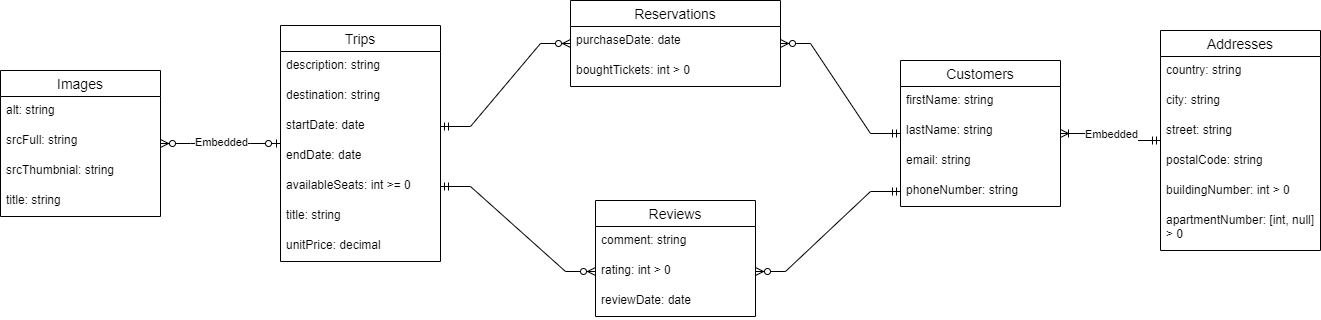
Above: diagrams/data_model.drawio.png in Strattoss/DataBaseMiniproject (draw.io), before the change. Source tidied: cells renumbered, new cells last; positions are measured from the earlier drawing's top-left corner, leaving out a move shared by most shapes.
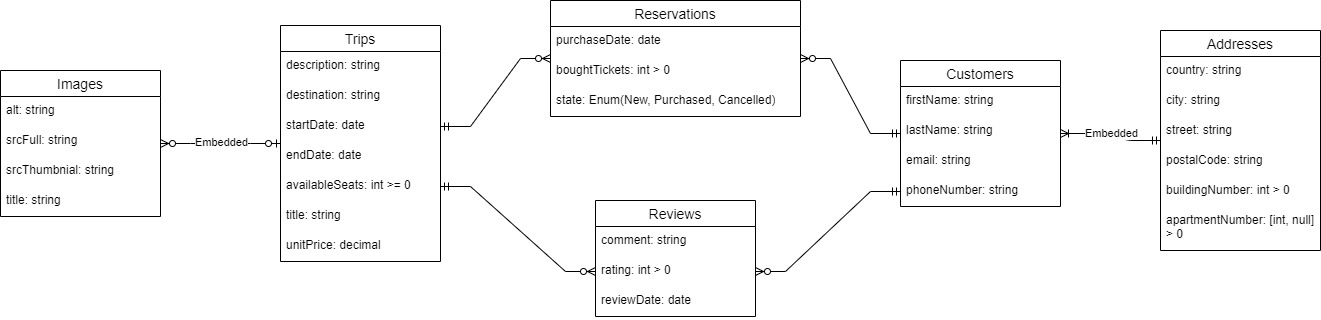
Above is the later version.

Commit message:
Data diagram - added status for reservations

Diff of the diagram source:
```diff
@@ -18,14 +18,17 @@
       <mxGeometry y="116" width="160" height="30" as="geometry" />
     </mxCell>
     <mxCell id="7" value="Reservations" style="swimlane;fontStyle=0;horizontal=1;startSize=26;align=center;fontSize=14;" parent="1" vertex="1">
-      <mxGeometry x="570" width="210" height="86" as="geometry" />
+      <mxGeometry x="550" width="250" height="116" as="geometry" />
     </mxCell>
     <mxCell id="8" value="purchaseDate: date" style="text;strokeColor=none;fillColor=none;spacingLeft=4;spacingRight=4;overflow=hidden;fontSize=12;whiteSpace=wrap;html=1;" parent="7" vertex="1">
-      <mxGeometry y="26" width="210" height="30" as="geometry" />
+      <mxGeometry y="26" width="250" height="30" as="geometry" />
     </mxCell>
     <mxCell id="9" value="boughtTickets: int &amp;gt; 0" style="text;strokeColor=none;fillColor=none;spacingLeft=4;spacingRight=4;overflow=hidden;fontSize=12;whiteSpace=wrap;html=1;" parent="7" vertex="1">
-      <mxGeometry y="56" width="210" height="30" as="geometry" />
+      <mxGeometry y="56" width="250" height="30" as="geometry" />
     </mxCell>
+    <mxCell id="42" value="state: Enum(New, Purchased, Cancelled)" style="text;strokeColor=none;fillColor=none;spacingLeft=4;spacingRight=4;overflow=hidden;fontSize=12;whiteSpace=wrap;html=1;" parent="7" vertex="1">
+      <mxGeometry y="86" width="250" height="30" as="geometry" />
+    </mxCell>
     <mxCell id="10" value="Reviews" style="swimlane;fontStyle=0;horizontal=1;startSize=26;align=center;fontSize=14;" parent="1" vertex="1">
       <mxGeometry x="595" y="200" width="160" height="116" as="geometry" />
     </mxCell>
```
